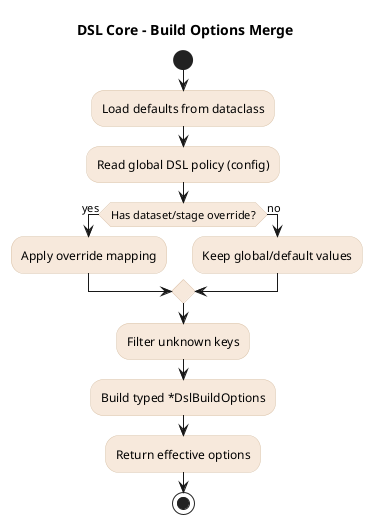
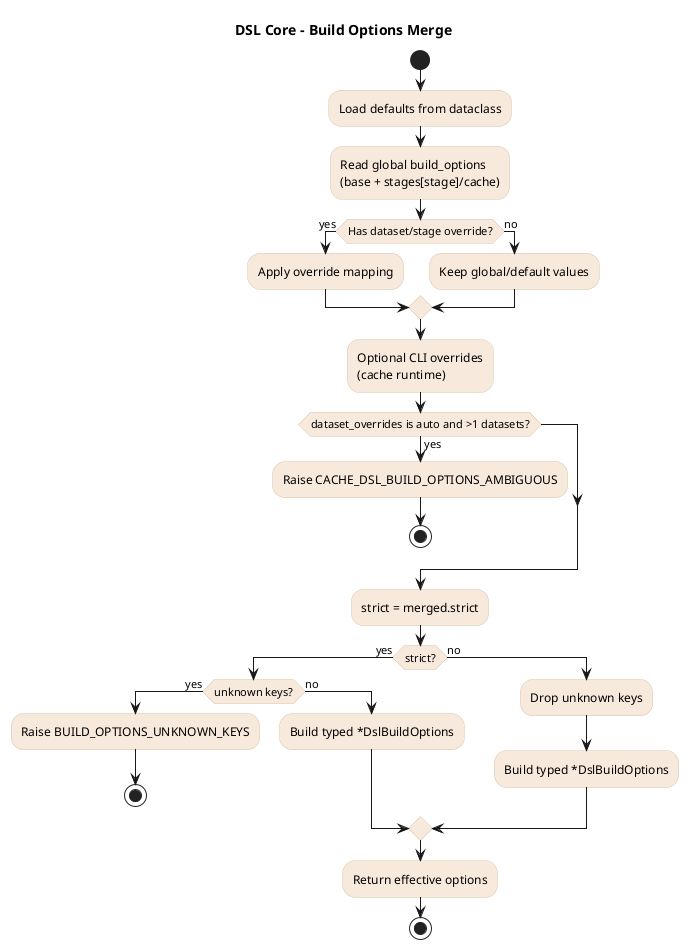
@startuml
title DSL Core - Build Options Merge

skinparam backgroundColor white
skinparam defaultFontName Arial
skinparam linetype ortho
skinparam activity {
  BackgroundColor #f7e9dc
  BorderColor #d9c2a8
}

start
:Load defaults from dataclass;
- :Read global DSL policy (config);
+ :Read global build_options\n(base + stages[stage]/cache);

if (Has dataset/stage override?) then (yes)
  :Apply override mapping;
else (no)
  :Keep global/default values;
endif

- :Filter unknown keys;
- :Build typed *DslBuildOptions;
+ :Optional CLI overrides\n(cache runtime);
+ if (dataset_overrides is auto and >1 datasets?) then (yes)
+   :Raise CACHE_DSL_BUILD_OPTIONS_AMBIGUOUS;
+   stop
+ endif
+ :strict = merged.strict;
+ if (strict?) then (yes)
+   if (unknown keys?) then (yes)
+     :Raise BUILD_OPTIONS_UNKNOWN_KEYS;
+     stop
+   else (no)
+     :Build typed *DslBuildOptions;
+   endif
+ else (no)
+   :Drop unknown keys;
+   :Build typed *DslBuildOptions;
+ endif
:Return effective options;
stop

@enduml
